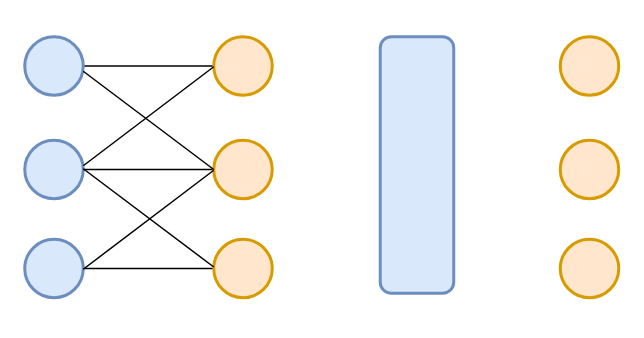
Earlier version of the draw.io diagram page "Page-10" (10 of 10) of Untitled Diagram.drawio (doudou215/regret_q_learning). Source tidied: cells renumbered, new cells numbered last; positions are measured from the earlier drawing's top-left corner, leaving out a move shared by most shapes. Both pictures are drawn from the tidied source at 150%, with x=0, y=0 at pixel (24, 36).
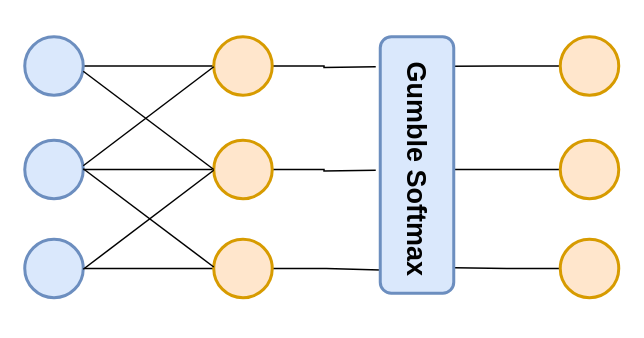
The same diagram, later.

The change refers to these unchanged cells:
```xml
<mxCell id="7" style="ellipse;whiteSpace=wrap;html=1;strokeWidth=2;fillColor=#ffe6cc;strokeColor=#d79b00;" parent="1" vertex="1">
  <mxGeometry x="126" width="39" height="39" as="geometry" />
</mxCell>
<mxCell id="9" style="ellipse;whiteSpace=wrap;html=1;strokeWidth=2;fillColor=#ffe6cc;strokeColor=#d79b00;" parent="1" vertex="1">
  <mxGeometry x="126" y="69" width="39" height="39" as="geometry" />
</mxCell>
<mxCell id="10" style="ellipse;whiteSpace=wrap;html=1;strokeWidth=2;fillColor=#ffe6cc;strokeColor=#d79b00;" parent="1" vertex="1">
  <mxGeometry x="126" y="135" width="39" height="39" as="geometry" />
</mxCell>
<mxCell id="11" style="ellipse;whiteSpace=wrap;html=1;strokeWidth=2;fillColor=#ffe6cc;strokeColor=#d79b00;" parent="1" vertex="1">
  <mxGeometry x="357" width="39" height="39" as="geometry" />
</mxCell>
<mxCell id="12" style="ellipse;whiteSpace=wrap;html=1;strokeWidth=2;fillColor=#ffe6cc;strokeColor=#d79b00;" parent="1" vertex="1">
  <mxGeometry x="357" y="69" width="39" height="39" as="geometry" />
</mxCell>
<mxCell id="13" style="ellipse;whiteSpace=wrap;html=1;strokeWidth=2;fillColor=#ffe6cc;strokeColor=#d79b00;" parent="1" vertex="1">
  <mxGeometry x="357" y="135" width="39" height="39" as="geometry" />
</mxCell>
<mxCell id="14" style="rounded=1;whiteSpace=wrap;html=1;strokeWidth=2;direction=south;fillColor=#dae8fc;strokeColor=#6c8ebf;" parent="1" vertex="1">
  <mxGeometry x="237" width="49" height="171" as="geometry" />
</mxCell>
```

Diff of the diagram source:
```diff
@@
+    <mxCell id="19" style="edgeStyle=orthogonalEdgeStyle;rounded=0;jettySize=auto;html=1;endArrow=none;endFill=0;strokeWidth=1;" parent="1" edge="1" source="7">
+      <mxGeometry relative="1" as="geometry">
+        <mxPoint x="234" y="20" as="targetPoint" />
+      </mxGeometry>
+    </mxCell>
@@
+    <mxCell id="20" style="edgeStyle=orthogonalEdgeStyle;rounded=0;jettySize=auto;html=1;endArrow=none;endFill=0;strokeWidth=1;" parent="1" edge="1" source="9">
+      <mxGeometry relative="1" as="geometry">
+        <mxPoint x="234" y="89" as="targetPoint" />
+      </mxGeometry>
+    </mxCell>
@@
+    <mxCell id="21" style="edgeStyle=orthogonalEdgeStyle;rounded=0;jettySize=auto;html=1;entryX=0.909;entryY=1;entryDx=0;entryDy=0;entryPerimeter=0;endArrow=none;endFill=0;strokeWidth=1;" parent="1" edge="1" source="10" target="14">
+      <mxGeometry relative="1" as="geometry" />
+    </mxCell>
@@
+    <mxCell id="22" style="edgeStyle=orthogonalEdgeStyle;rounded=0;jettySize=auto;html=1;entryX=0.14;entryY=-0.264;entryDx=0;entryDy=0;entryPerimeter=0;fontSize=18;endArrow=none;endFill=0;strokeWidth=1;" parent="1" edge="1" source="11" target="25">
+      <mxGeometry relative="1" as="geometry" />
+    </mxCell>
@@
+    <mxCell id="23" style="edgeStyle=orthogonalEdgeStyle;rounded=0;jettySize=auto;html=1;entryX=0.5;entryY=0;entryDx=0;entryDy=0;fontSize=18;endArrow=none;endFill=0;strokeWidth=1;" parent="1" edge="1" source="12" target="25">
+      <mxGeometry relative="1" as="geometry" />
+    </mxCell>
@@
+    <mxCell id="24" style="edgeStyle=orthogonalEdgeStyle;rounded=0;jettySize=auto;html=1;entryX=0.901;entryY=-0.017;entryDx=0;entryDy=0;entryPerimeter=0;fontSize=18;endArrow=none;endFill=0;strokeWidth=1;" parent="1" edge="1" source="13" target="14">
+      <mxGeometry relative="1" as="geometry" />
+    </mxCell>
@@
+    <mxCell id="25" value="&lt;b style=&quot;font-size: 12px&quot;&gt;&lt;font style=&quot;font-size: 18px&quot;&gt;Gumble Softmax&lt;/font&gt;&lt;/b&gt;" style="text;html=1;strokeColor=none;fillColor=none;align=center;verticalAlign=middle;whiteSpace=wrap;rounded=0;fontSize=18;rotation=90;" parent="1" vertex="1">
+      <mxGeometry x="166" y="73.5" width="191" height="30" as="geometry" />
+    </mxCell>
```
